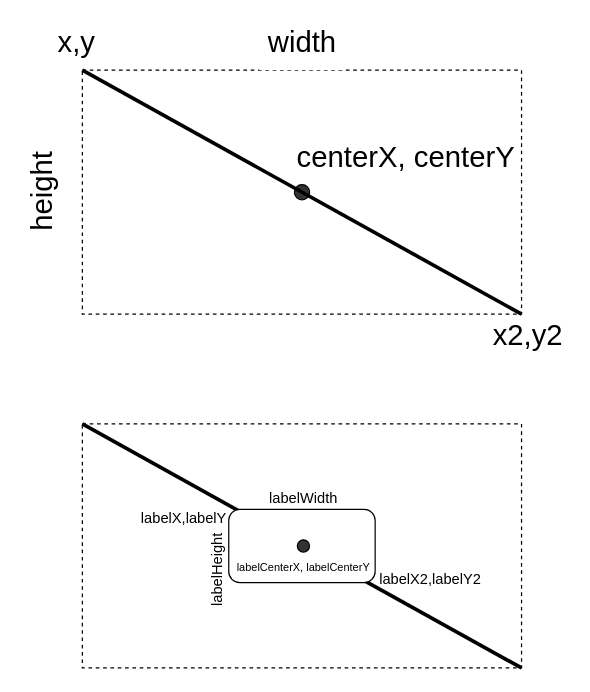
Before: docs/diagrams/elementLineProps.drawio in chartjs/chartjs-plugin-annotation, a draw.io diagram. Source tidied: cells renumbered, new cells numbered last; positions are measured from the earlier drawing's top-left corner, leaving out a move shared by most shapes. Both pictures are drawn from the tidied source at 122%, with x=0, y=0 at pixel (-4, 21).
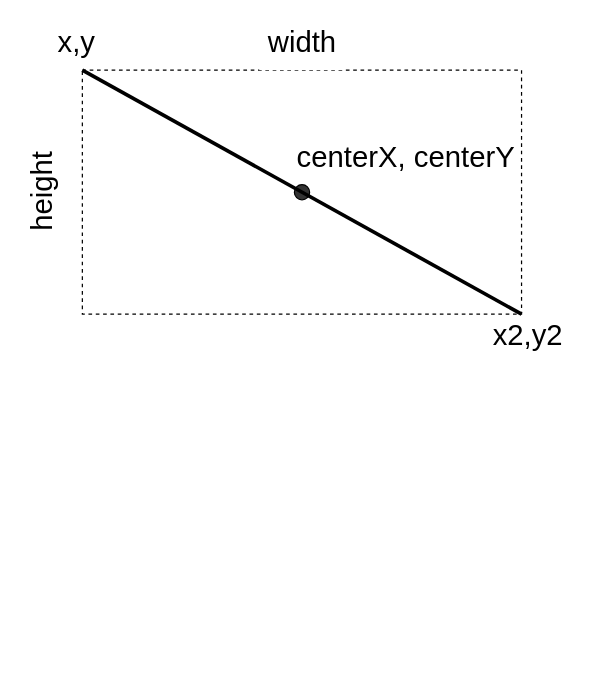
The same diagram, later.

Commit message (it also covers changes not shown here):
Update line annotation diagram to describe new element structure (#752)

* Update line annotation diagram to describe new element structure

* applies review

The edit, as a diff of the source:
```diff
@@
 <mxGraphModel>
   <root>
     <mxCell id="0" />
     <mxCell id="1" parent="0" />
     <mxCell id="2" style="rounded=0;whiteSpace=wrap;html=1;dashed=1;" parent="1" vertex="1">
       <mxGeometry x="70" y="40" width="360" height="200" as="geometry" />
     </mxCell>
     <mxCell id="3" value="x,y" style="text;html=1;align=center;verticalAlign=middle;fillColor=none;strokeColor=none;rounded=0;fontSize=24;spacingBottom=4;" parent="1" vertex="1">
       <mxGeometry x="40" width="50" height="40" as="geometry" />
     </mxCell>
     <mxCell id="4" value="centerX, centerY" style="text;html=1;align=center;verticalAlign=middle;fillColor=none;strokeColor=none;rounded=0;fontSize=24;spacingBottom=4;" parent="1" vertex="1">
       <mxGeometry x="240" y="93.8" width="190" height="40" as="geometry" />
     </mxCell>
     <mxCell id="5" value="x2,y2" style="text;html=1;align=center;verticalAlign=middle;fillColor=none;strokeColor=none;rounded=0;fontSize=24;spacingBottom=4;" parent="1" vertex="1">
       <mxGeometry x="400" y="240" width="70" height="40" as="geometry" />
     </mxCell>
     <mxCell id="6" value="width" style="text;html=1;align=center;verticalAlign=middle;fillColor=#FFFFFF;strokeColor=none;rounded=0;fontSize=24;spacingBottom=4;" parent="1" vertex="1">
       <mxGeometry x="215" width="70" height="40" as="geometry" />
     </mxCell>
     <mxCell id="7" value="height" style="text;html=1;align=center;verticalAlign=middle;fillColor=#FFFFFF;strokeColor=none;rounded=0;fontSize=24;spacingBottom=4;rotation=-90;" parent="1" vertex="1">
       <mxGeometry y="120" width="80" height="40" as="geometry" />
     </mxCell>
     <mxCell id="8" style="ellipse;whiteSpace=wrap;html=1;fillColor=#333333;" parent="1" vertex="1">
       <mxGeometry x="243.8" y="133.8" width="12.5" height="12.5" as="geometry" />
     </mxCell>
     <mxCell id="9" style="endArrow=none;html=1;rounded=0;strokeWidth=3;entryX=1;entryY=1;entryDx=0;entryDy=0;exitX=0;exitY=0;exitDx=0;exitDy=0;" parent="1" edge="1" source="2" target="2">
       <mxGeometry relative="1" as="geometry" />
     </mxCell>
-    <mxCell id="10" style="rounded=0;whiteSpace=wrap;html=1;dashed=1;" parent="1" vertex="1">
-      <mxGeometry x="70" y="330" width="360" height="200" as="geometry" />
-    </mxCell>
-    <mxCell id="11" value="labelHeight" style="text;html=1;align=center;verticalAlign=middle;fillColor=#FFFFFF;strokeColor=none;rounded=0;fontSize=12;spacingBottom=4;rotation=-90;" parent="1" vertex="1">
-      <mxGeometry x="143.2" y="440" width="80" height="20" as="geometry" />
-    </mxCell>
-    <mxCell id="12" value="labelX,labelY" style="text;html=1;align=center;verticalAlign=middle;fillColor=none;strokeColor=none;rounded=0;fontSize=12;spacingBottom=4;" parent="1" vertex="1">
-      <mxGeometry x="108.2" y="400" width="90" height="20" as="geometry" />
-    </mxCell>
-    <mxCell id="13" value="labelWidth" style="text;html=1;align=center;verticalAlign=middle;fillColor=#FFFFFF;strokeColor=none;rounded=0;fontSize=12;spacingBottom=4;" parent="1" vertex="1">
-      <mxGeometry x="216.2" y="383" width="70" height="20" as="geometry" />
-    </mxCell>
-    <mxCell id="14" style="endArrow=none;html=1;rounded=0;strokeWidth=3;exitX=1;exitY=1;exitDx=0;exitDy=0;entryX=0;entryY=0;entryDx=0;entryDy=0;" parent="1" edge="1" source="10" target="10">
-      <mxGeometry relative="1" as="geometry" />
-    </mxCell>
-    <mxCell id="15" style="rounded=1;whiteSpace=wrap;html=1;fillColor=#FFFFFF;" parent="1" vertex="1">
-      <mxGeometry x="190" y="400" width="120" height="60" as="geometry" />
-    </mxCell>
-    <mxCell id="16" style="ellipse;whiteSpace=wrap;html=1;fillColor=#333333;" parent="1" vertex="1">
-      <mxGeometry x="246.2" y="425" width="10" height="10" as="geometry" />
-    </mxCell>
-    <mxCell id="17" value="labelCenterX, labelCenterY" style="text;html=1;align=center;verticalAlign=middle;fillColor=none;strokeColor=none;rounded=0;fontSize=9;spacingBottom=4;" parent="1" vertex="1">
-      <mxGeometry x="191.2" y="440" width="120" height="20" as="geometry" />
-    </mxCell>
-    <mxCell id="18" value="labelX2,labelY2" style="text;html=1;align=center;verticalAlign=middle;fillColor=none;strokeColor=none;rounded=0;fontSize=12;spacingBottom=4;" parent="1" vertex="1">
-      <mxGeometry x="305" y="450" width="100" height="20" as="geometry" />
-    </mxCell>
   </root>
 </mxGraphModel>
```
